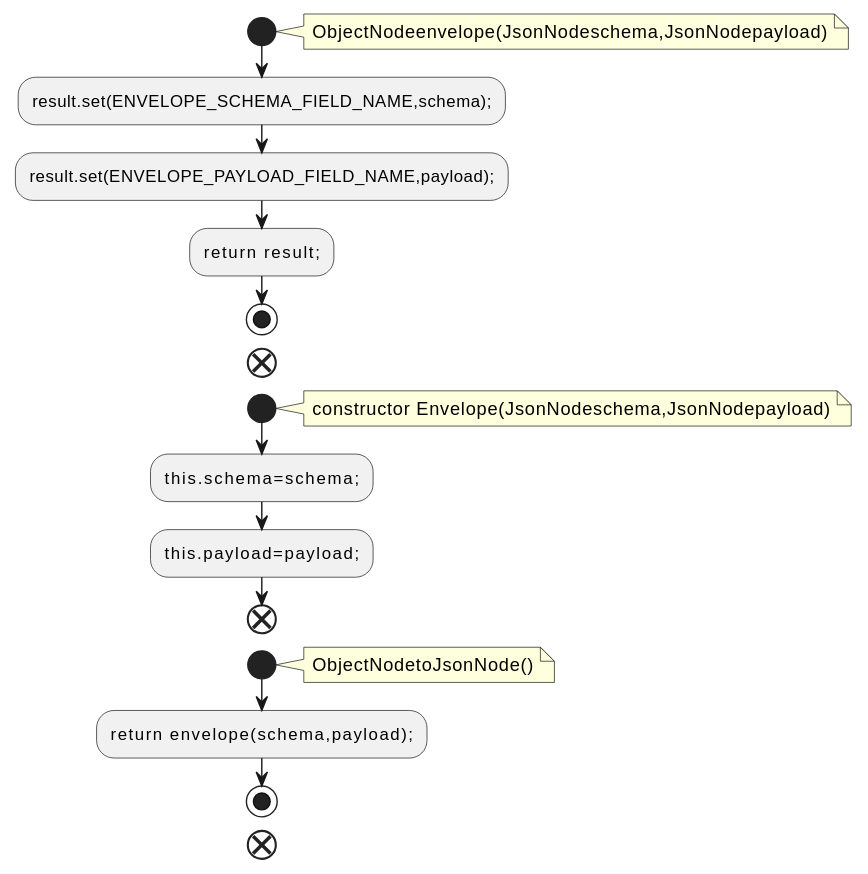
The PlantUML diagram docs/qc/connect/json/src/main/java/org/apache/kafka/connect/json/JsonSchema.java.fct.svg in qualitesys/kafka, before a commit.
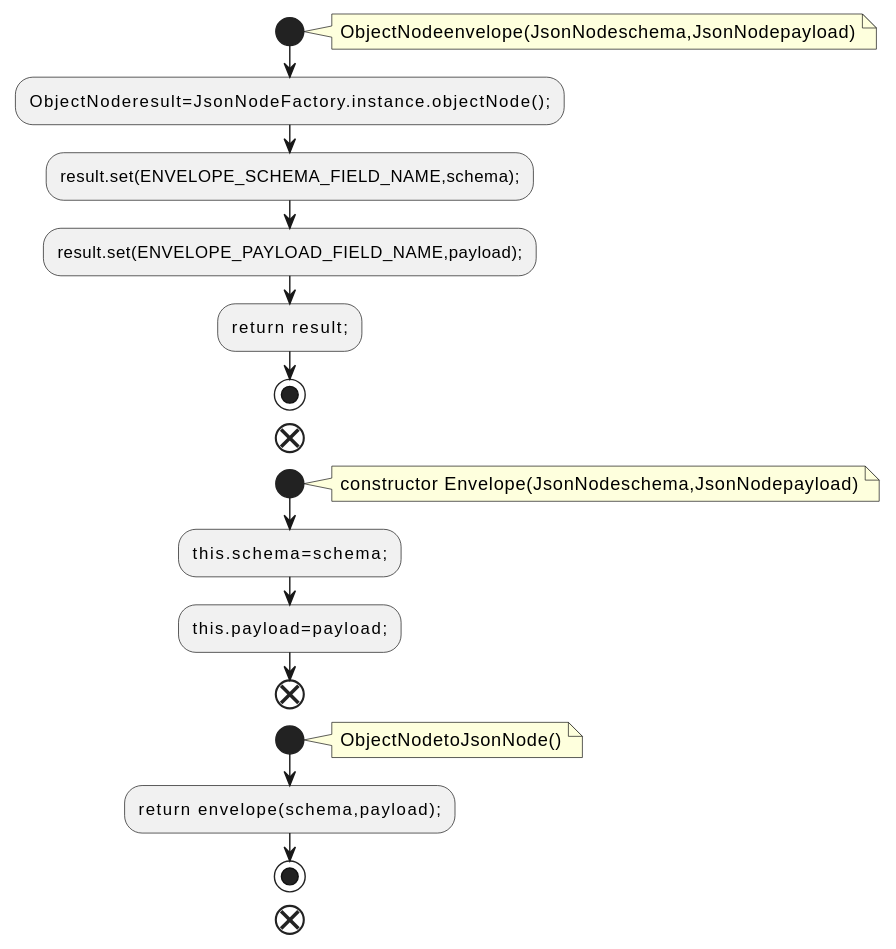
After the change.

The edit, as a diff of the source:
```diff
@@ -4,6 +4,7 @@
 note right
 ObjectNodeenvelope(JsonNodeschema,JsonNodepayload)
 end note
+:ObjectNoderesult=JsonNodeFactory.instance.objectNode();;
 :result.set(ENVELOPE_SCHEMA_FIELD_NAME,schema);;
 :result.set(ENVELOPE_PAYLOAD_FIELD_NAME,payload);;
 :return result;;
```
